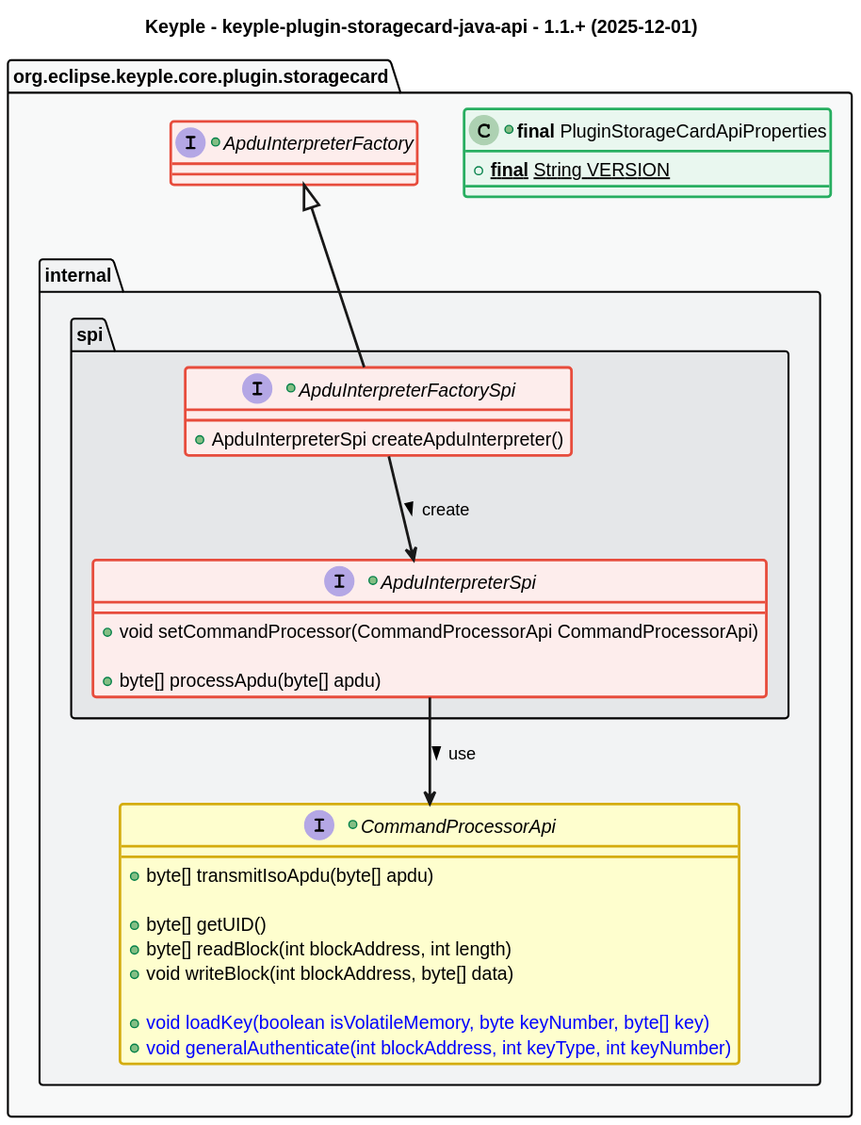
Above: src/main/uml/api_class_diagram.svg in eclipse-keyple/keyple-plugin-storagecard-java-api (PlantUML), before the change.
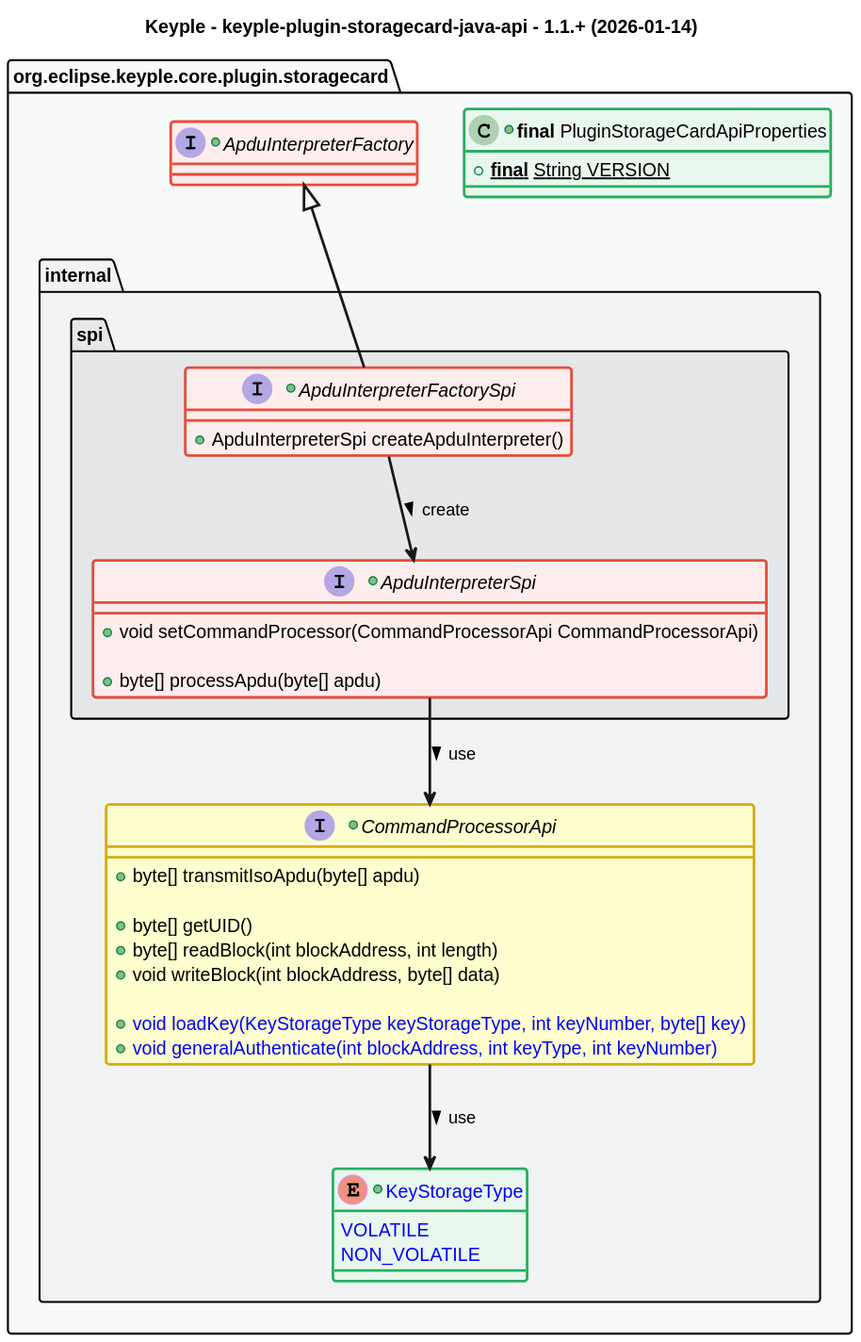
After the change.

Commit message:
refactor: replace boolean isVolatileMemory with KeyStorageType enum in loadKey

Change to the diagram source:
```diff
@@ -1,6 +1,6 @@
 @startuml
 title
-    Keyple - keyple-plugin-storagecard-java-api - 1.1.+ (2025-12-01)
+    Keyple - keyple-plugin-storagecard-java-api - 1.1.+ (2026-01-14)
 end title
 
 
@@ -47,6 +47,10 @@
     +interface ApduInterpreterFactory <<red>> {
     }
     package "internal" as internal #C_GREY2 {
+      +enum "<color:blue>KeyStorageType" as KeyStorageType <<green>> {
+          <color:blue>VOLATILE
+          <color:blue>NON_VOLATILE
+      }
       +interface CommandProcessorApi {
           +byte[] transmitIsoApdu(byte[] apdu)
 
@@ -54,7 +58,7 @@
           +byte[] readBlock(int blockAddress, int length)
           +void writeBlock(int blockAddress, byte[] data)
 
-          +<color:blue>void loadKey(boolean isVolatileMemory, byte keyNumber, byte[] key)
+          +<color:blue>void loadKey(KeyStorageType keyStorageType, int keyNumber, byte[] key)
           +<color:blue>void generalAuthenticate(int blockAddress, int keyType, int keyNumber)
       }
       package spi #C_GREY3 {
@@ -72,6 +76,7 @@
 
 ApduInterpreterFactorySpi --> ApduInterpreterSpi : create >
 ApduInterpreterSpi --> CommandProcessorApi : use >
+CommandProcessorApi --> KeyStorageType : use >
 
 
 @enduml
```
